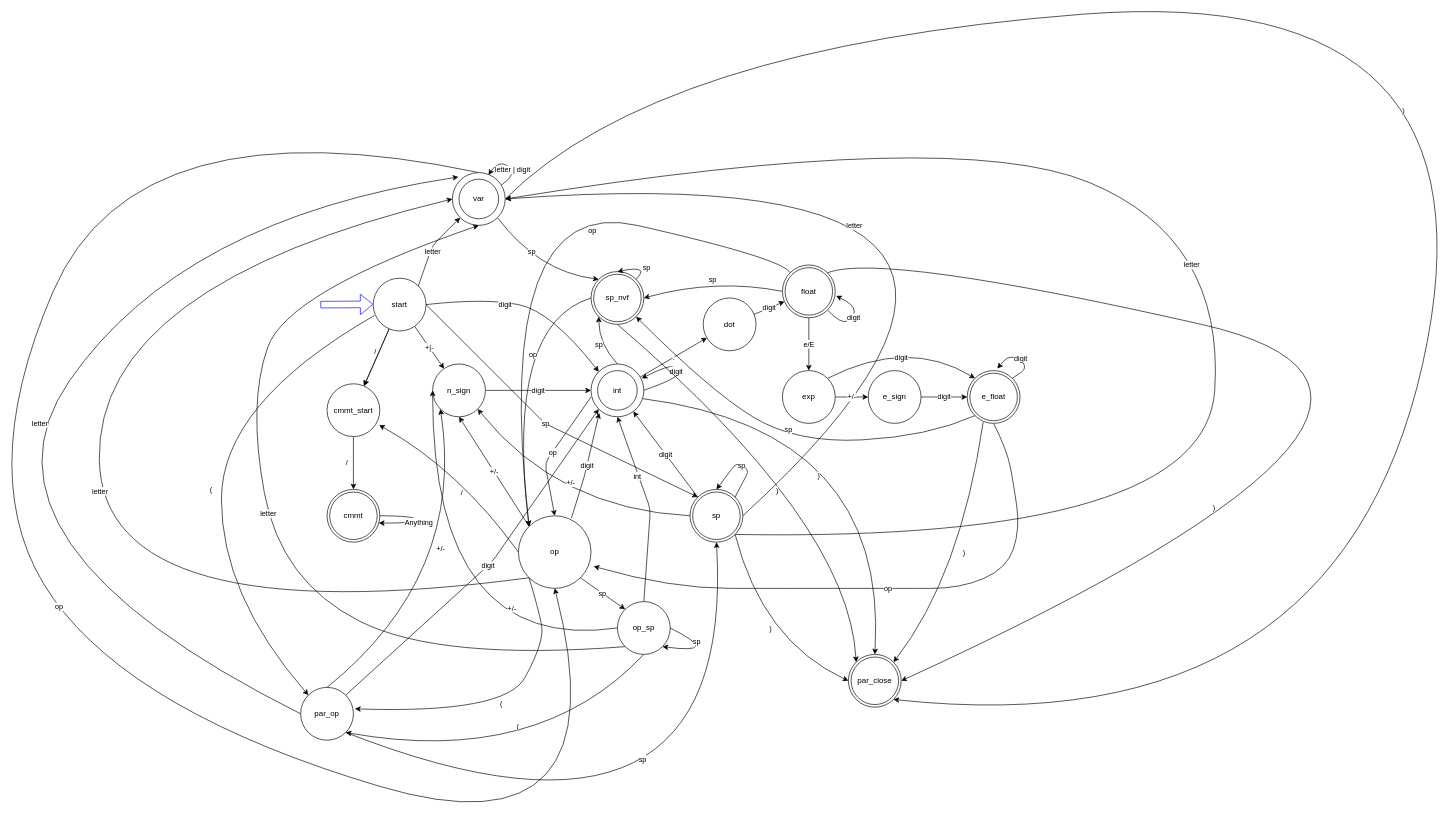
Before: actividad_dfa/ejercicio.drawio in Chava27/TC2037_Implementacion_Metodos_Computacionales, a draw.io diagram. Source tidied: cells renumbered, new cells numbered last; positions are measured from the earlier drawing's top-left corner, leaving out a move shared by most shapes. Both pictures are drawn from the tidied source at 66%, with x=0, y=0 at pixel (-43, -19).
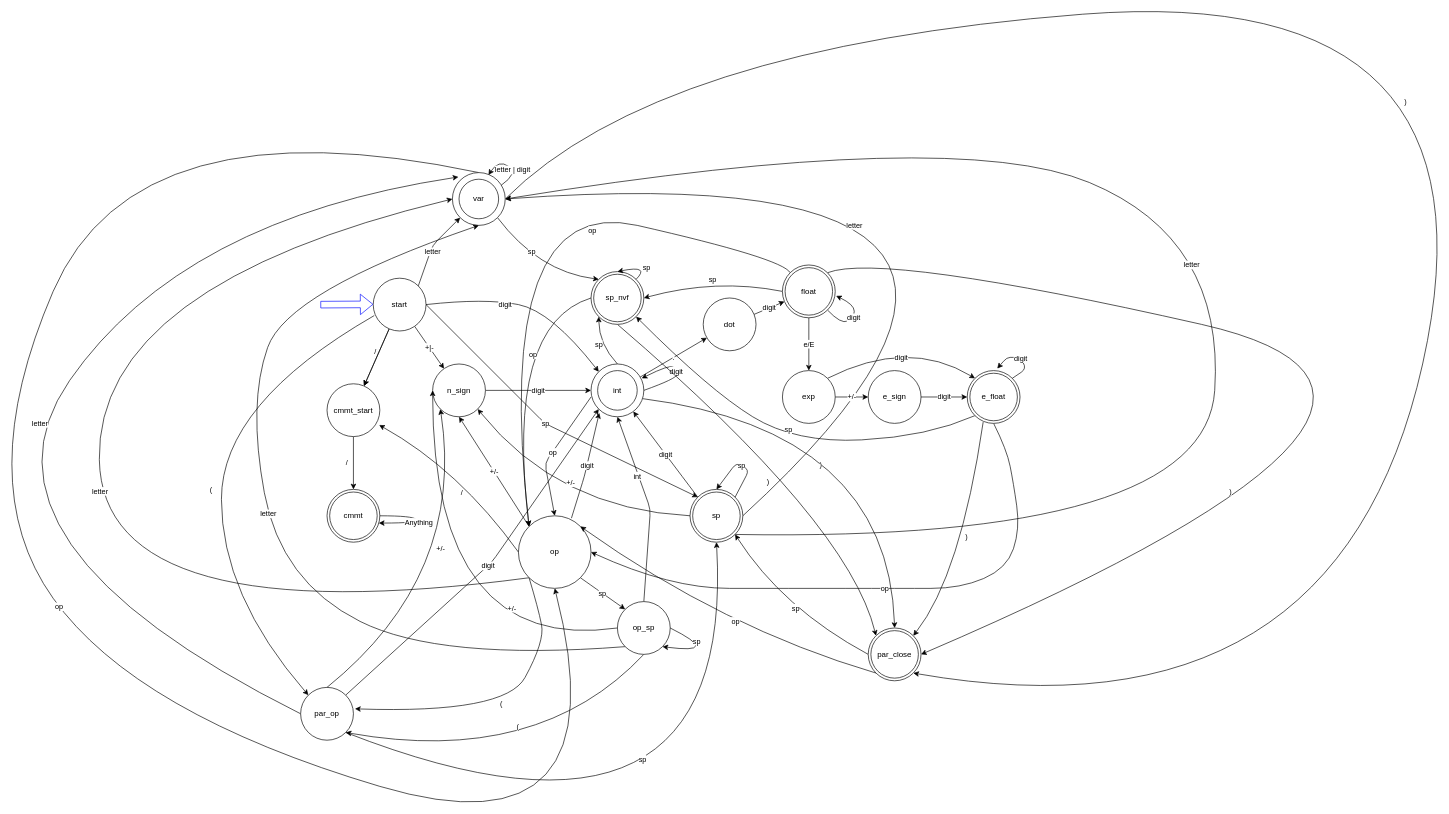
The same diagram, later.

Commit message (it also covers changes not shown here):
update par_close

Unchanged cells that the change refers to:
```xml
<mxCell id="33" value="op" style="ellipse;whiteSpace=wrap;html=1;" parent="1" vertex="1">
  <mxGeometry x="850" y="810" width="110" height="110" as="geometry" />
</mxCell>
<mxCell id="46" value="sp" style="ellipse;shape=doubleEllipse;whiteSpace=wrap;html=1;" parent="1" vertex="1">
  <mxGeometry x="1110" y="770" width="80" height="80" as="geometry" />
</mxCell>
<mxCell id="61" value="e_float" style="ellipse;shape=doubleEllipse;whiteSpace=wrap;html=1;" parent="1" vertex="1">
  <mxGeometry x="1530" y="590" width="80" height="80" as="geometry" />
</mxCell>
```

Change to the diagram source:
```diff
@@
-    <mxCell id="43" value=")" style="edgeStyle=none;curved=1;html=1;exitX=1;exitY=1;exitDx=0;exitDy=0;entryX=0;entryY=0.5;entryDx=0;entryDy=0;strokeColor=default;" parent="1" edge="1" source="46" target="70">
-      <mxGeometry x="-0.02" y="16" relative="1" as="geometry">
-        <Array as="points">
-          <mxPoint x="1220" y="1000" />
-        </Array>
-      </mxGeometry>
-    </mxCell>
@@
-    <mxCell id="59" value="op" style="edgeStyle=none;html=1;exitX=0.5;exitY=1;exitDx=0;exitDy=0;entryX=1.037;entryY=0.696;entryDx=0;entryDy=0;entryPerimeter=0;curved=1;" parent="1" edge="1" source="61" target="33">
+    <mxCell id="59" value="op" style="edgeStyle=none;html=1;exitX=0.5;exitY=1;exitDx=0;exitDy=0;entryX=1;entryY=0.5;entryDx=0;entryDy=0;curved=1;" parent="1" edge="1" source="61" target="33">
       <mxGeometry x="-0.04" relative="1" as="geometry">
         <Array as="points">
           <mxPoint x="1590" y="710" />
           <mxPoint x="1600" y="760" />
           <mxPoint x="1610" y="830" />
           <mxPoint x="1590" y="890" />
           <mxPoint x="1520" y="920" />
           <mxPoint x="1430" y="920" />
           <mxPoint x="1260" y="920" />
           <mxPoint x="1080" y="920" />
         </Array>
       </mxGeometry>
     </mxCell>
@@
+    <mxCell id="82" value="op" style="edgeStyle=none;curved=1;html=1;exitX=0;exitY=1;exitDx=0;exitDy=0;entryX=1;entryY=0;entryDx=0;entryDy=0;" parent="1" edge="1" source="70" target="33">
+      <mxGeometry x="-0.11" y="-15" relative="1" as="geometry">
+        <Array as="points">
+          <mxPoint x="1160" y="980" />
+        </Array>
+      </mxGeometry>
+    </mxCell>
+    <mxCell id="83" value="sp" style="edgeStyle=none;curved=1;html=1;exitX=0;exitY=0.5;exitDx=0;exitDy=0;entryX=1;entryY=1;entryDx=0;entryDy=0;" parent="1" edge="1" source="70" target="46">
+      <mxGeometry x="-0.07" y="-9" relative="1" as="geometry">
+        <Array as="points">
+          <mxPoint x="1250" y="950" />
+        </Array>
+      </mxGeometry>
+    </mxCell>
     <mxCell id="70" value="par_close" style="ellipse;shape=doubleEllipse;whiteSpace=wrap;html=1;" parent="1" vertex="1">
-      <mxGeometry x="1350" y="1020" width="80" height="80" as="geometry" />
+      <mxGeometry x="1380" y="980" width="80" height="80" as="geometry" />
     </mxCell>
```
